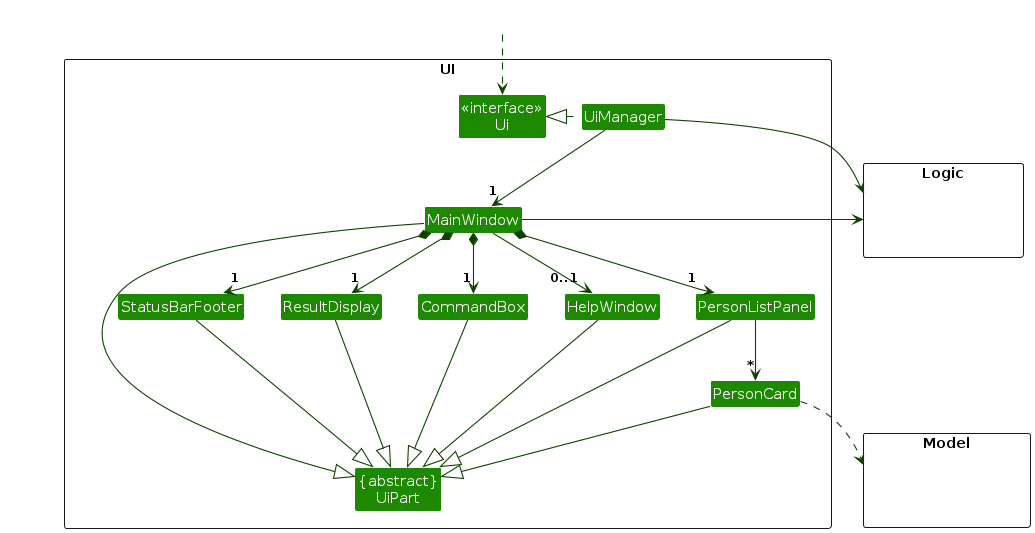
Earlier version of the PlantUML export diagrams/UiClassDiagram.png (AY2627S1-CS2103T-F11-4/tp). Its source is kept beside it as diagrams/UiClassDiagram.puml. The source it was exported from:
```plantuml
@startuml
!include style.puml
skinparam arrowThickness 1.1
skinparam arrowColor UI_COLOR_T4
skinparam classBackgroundColor UI_COLOR

package UI <<Rectangle>>{
Class "<<interface>>\nUi" as Ui
Class "{abstract}\nUiPart" as UiPart
Class UiManager
Class MainWindow
Class HelpWindow
Class ResultDisplay
Class PersonListPanel
Class PersonCard
Class StatusBarFooter
Class CommandBox
}

package Model <<Rectangle>> {
Class HiddenModel #FFFFFF
}

package Logic <<Rectangle>> {
Class HiddenLogic #FFFFFF
}

Class HiddenOutside #FFFFFF
HiddenOutside ..> Ui

UiManager .left.|> Ui
UiManager -down-> "1" MainWindow
MainWindow *-down->  "1" CommandBox
MainWindow *-down-> "1" ResultDisplay
MainWindow *-down-> "1" PersonListPanel
MainWindow *-down-> "1" StatusBarFooter
MainWindow --> "0..1" HelpWindow

PersonListPanel -down-> "*" PersonCard

MainWindow -left-|> UiPart

ResultDisplay --|> UiPart
CommandBox --|> UiPart
PersonListPanel --|> UiPart
PersonCard --|> UiPart
StatusBarFooter --|> UiPart
HelpWindow --|> UiPart

PersonCard ..> Model
UiManager -right-> Logic
MainWindow -left-> Logic

PersonListPanel -[hidden]left- HelpWindow
HelpWindow -[hidden]left- CommandBox
CommandBox -[hidden]left- ResultDisplay
ResultDisplay -[hidden]left- StatusBarFooter

MainWindow -[hidden]-|> UiPart
@enduml
```
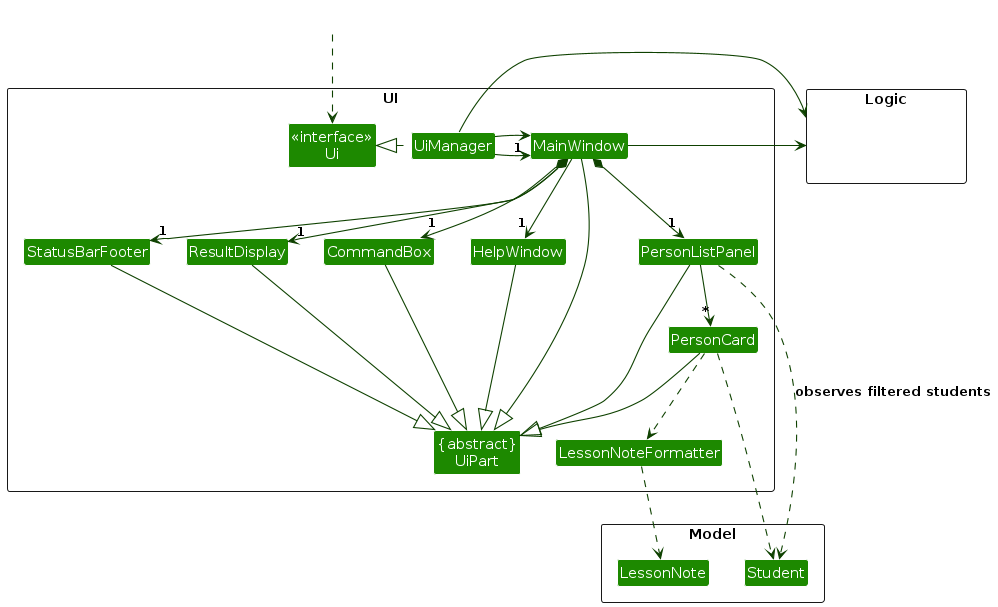
After the commit.

The edit, as a diff of the source:
```diff
@@ -13,12 +13,14 @@
 Class ResultDisplay
 Class PersonListPanel
 Class PersonCard
+Class LessonNoteFormatter
 Class StatusBarFooter
 Class CommandBox
 }
 
 package Model <<Rectangle>> {
-Class HiddenModel #FFFFFF
+Class Student
+Class LessonNote
 }
 
 package Logic <<Rectangle>> {
@@ -34,7 +36,7 @@
 MainWindow *-down-> "1" ResultDisplay
 MainWindow *-down-> "1" PersonListPanel
 MainWindow *-down-> "1" StatusBarFooter
-MainWindow --> "0..1" HelpWindow
+MainWindow --> "1" HelpWindow
 
 PersonListPanel -down-> "*" PersonCard
 
@@ -47,14 +49,17 @@
 StatusBarFooter --|> UiPart
 HelpWindow --|> UiPart
 
-PersonCard ..> Model
+PersonCard ..> Student
+PersonCard ..> LessonNoteFormatter
+LessonNoteFormatter ..> LessonNote
 UiManager -right-> Logic
+UiManager -right-> MainWindow
 MainWindow -left-> Logic
+PersonListPanel ..> Student : observes filtered students
 
 PersonListPanel -[hidden]left- HelpWindow
 HelpWindow -[hidden]left- CommandBox
 CommandBox -[hidden]left- ResultDisplay
 ResultDisplay -[hidden]left- StatusBarFooter
 
-MainWindow -[hidden]-|> UiPart
 @enduml
```
